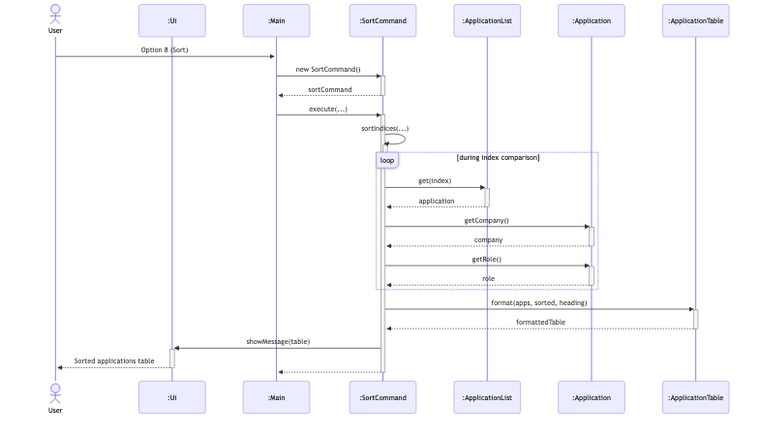
Above: docs/diagrams/sort-sequence.png in AY2627S1-CS2113-T10-2/tp (Mermaid), before the change. Its source is kept beside it as docs/diagrams/sources/sort-sequence.mmd.
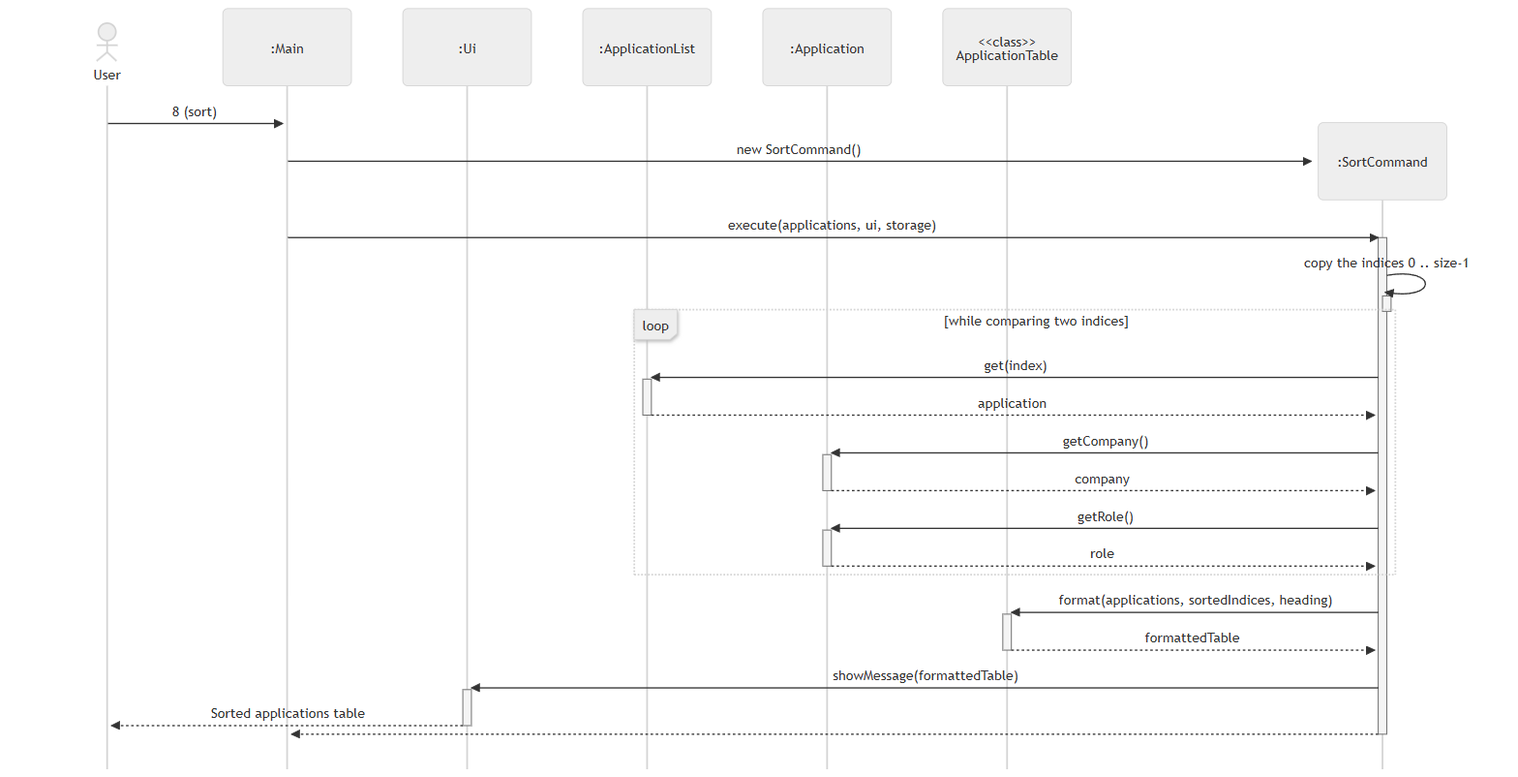
Above is the later version.

The edit, as a diff of the source:
```diff
@@ -1,28 +1,22 @@
-%%{init: {'theme': 'default', 'sequence': {'actorMargin': 85, 'messageMargin': 45}}}%%
-%%{init: {'theme': 'default', 'sequence': {'actorMargin': 85, 'messageMargin': 45}}}%%
-%%{init: {'theme': 'default', 'sequence': {'actorMargin': 85, 'messageMargin': 45}}}%%
+%%{init: {'theme': 'neutral', 'sequence': {'mirrorActors': false, 'actorMargin': 60, 'messageMargin': 28}}}%%
 sequenceDiagram
     actor user as User
+    participant main as :Main
     participant ui as :Ui
-    participant main as :Main
-    participant cmd as :SortCommand
     participant list as :ApplicationList
     participant app as :Application
-    participant table as :ApplicationTable
+    participant table as <<class>><br/>ApplicationTable
 
-    user->>main: Option 8 (Sort)
+    user->>main: 8 (sort)
+    create participant cmd as :SortCommand
     main->>cmd: new SortCommand()
+    main->>cmd: execute(applications, ui, storage)
     activate cmd
-    cmd-->>main: sortCommand
-    deactivate cmd
-    main->>cmd: execute(...)
-    activate cmd
-
-    cmd->>cmd: sortIndices(...)
+    cmd->>cmd: copy the indices 0 .. size-1
     activate cmd
     deactivate cmd
 
-    loop during index comparison
+    loop while comparing two indices
         cmd->>list: get(index)
         activate list
         list-->>cmd: application
@@ -37,11 +31,11 @@
         deactivate app
     end
 
-    cmd->>table: format(apps, sorted, heading)
+    cmd->>table: format(applications, sortedIndices, heading)
     activate table
     table-->>cmd: formattedTable
     deactivate table
-    cmd->>ui: showMessage(table)
+    cmd->>ui: showMessage(formattedTable)
     activate ui
     ui-->>user: Sorted applications table
     deactivate ui
```
